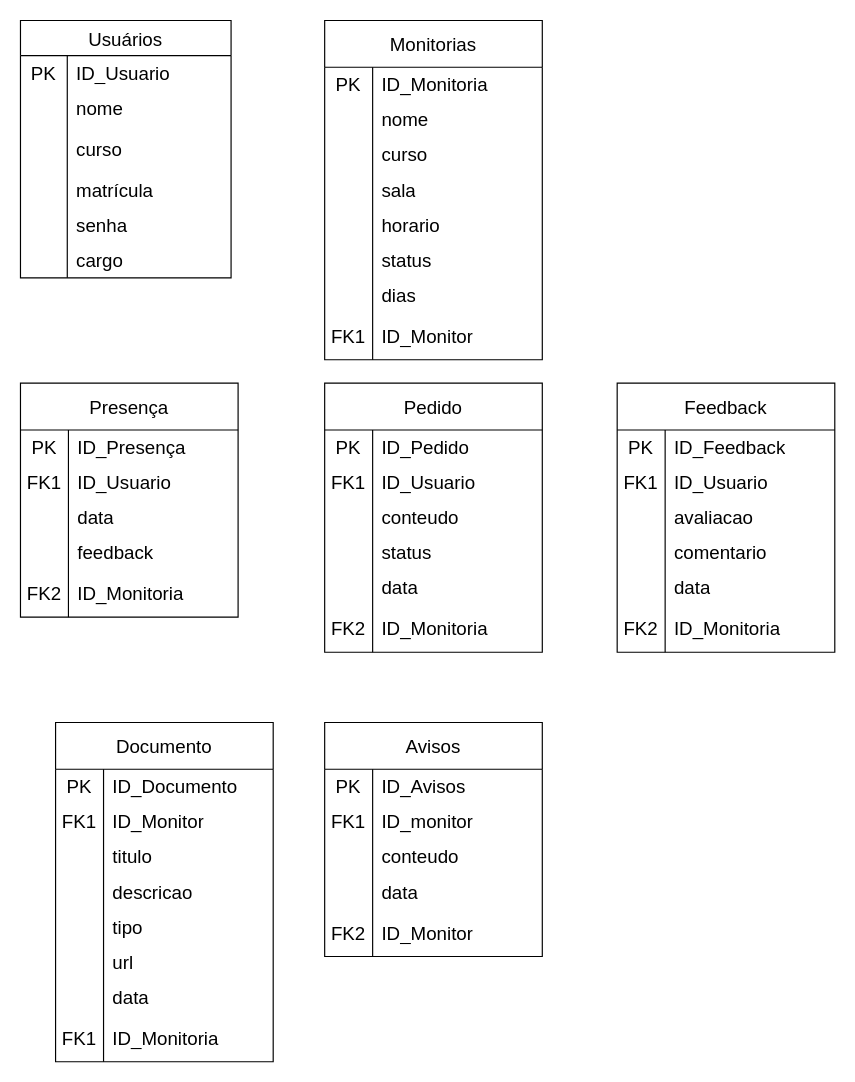
This is Monitorrei.drawio from Arthurbart/MoniTorrei, a draw.io file, before an edit. Source tidied: cells renumbered, new cells numbered last; positions are measured from the earlier drawing's top-left corner, leaving out a move shared by most shapes. Both pictures are drawn from the tidied source at 117%, with x=0, y=0 at pixel (20, 20).
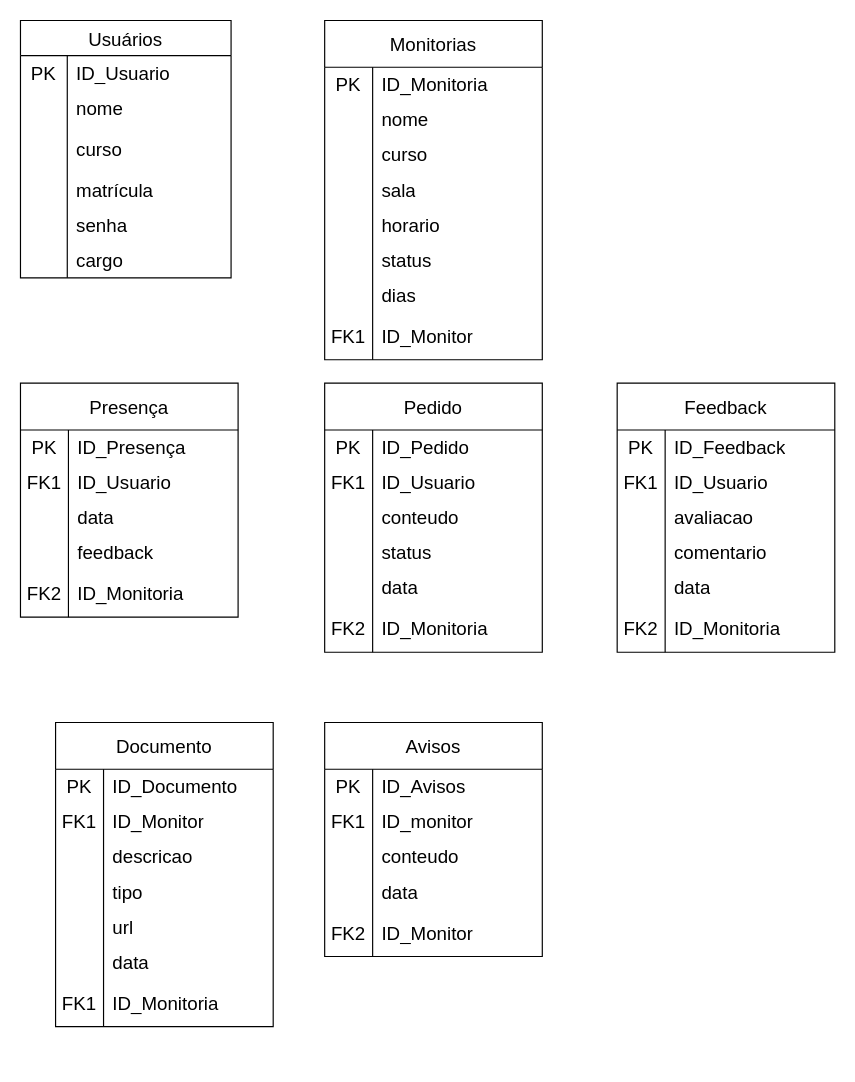
The same page after the edit.

Diff of the diagram source:
```diff
@@
     <mxCell id="46" value="Documento" style="shape=table;startSize=40;childLayout=tableLayout;rowLines=0;fontStyle=0;strokeColor=default;fontSize=16;" parent="1" vertex="1">
-      <mxGeometry x="30" y="600" width="186" height="290" as="geometry" />
+      <mxGeometry x="30" y="600" width="186" height="260" as="geometry" />
     </mxCell>
@@
-    <mxCell id="53" style="shape=tableRow;horizontal=0;startSize=0;swimlaneHead=0;swimlaneBody=0;top=0;left=0;bottom=0;right=0;fillColor=none;strokeColor=inherit;fontSize=16;" parent="46" vertex="1">
-      <mxGeometry y="100" width="186" height="30" as="geometry" />
-    </mxCell>
-    <mxCell id="54" style="shape=partialRectangle;html=1;whiteSpace=wrap;fillColor=none;top=0;left=0;bottom=0;right=0;overflow=hidden;strokeColor=inherit;fontSize=16;" parent="53" vertex="1">
-      <mxGeometry width="41" height="30" as="geometry" />
-    </mxCell>
-    <mxCell id="55" value="titulo" style="shape=partialRectangle;html=1;whiteSpace=wrap;fillColor=none;top=0;left=0;bottom=0;right=0;align=left;spacingLeft=6;overflow=hidden;strokeColor=inherit;fontSize=16;" parent="53" vertex="1">
-      <mxGeometry x="41" width="145" height="30" as="geometry" />
-    </mxCell>
     <mxCell id="56" style="shape=tableRow;horizontal=0;startSize=0;swimlaneHead=0;swimlaneBody=0;top=0;left=0;bottom=0;right=0;fillColor=none;strokeColor=inherit;fontSize=16;" parent="46" vertex="1">
-      <mxGeometry y="130" width="186" height="30" as="geometry" />
+      <mxGeometry y="100" width="186" height="30" as="geometry" />
     </mxCell>
@@
     <mxCell id="59" style="shape=tableRow;horizontal=0;startSize=0;swimlaneHead=0;swimlaneBody=0;top=0;left=0;bottom=0;right=0;fillColor=none;strokeColor=inherit;fontSize=16;" parent="46" vertex="1">
-      <mxGeometry y="160" width="186" height="30" as="geometry" />
+      <mxGeometry y="130" width="186" height="30" as="geometry" />
     </mxCell>
@@
     <mxCell id="62" style="shape=tableRow;horizontal=0;startSize=0;swimlaneHead=0;swimlaneBody=0;top=0;left=0;bottom=0;right=0;fillColor=none;strokeColor=inherit;fontSize=16;" parent="46" vertex="1">
-      <mxGeometry y="190" width="186" height="30" as="geometry" />
+      <mxGeometry y="160" width="186" height="30" as="geometry" />
     </mxCell>
@@
     <mxCell id="65" style="shape=tableRow;horizontal=0;startSize=0;swimlaneHead=0;swimlaneBody=0;top=0;left=0;bottom=0;right=0;fillColor=none;strokeColor=inherit;fontSize=16;" parent="46" vertex="1">
-      <mxGeometry y="220" width="186" height="30" as="geometry" />
+      <mxGeometry y="190" width="186" height="30" as="geometry" />
     </mxCell>
@@
     <mxCell id="68" style="shape=tableRow;horizontal=0;startSize=0;swimlaneHead=0;swimlaneBody=0;top=0;left=0;bottom=0;right=0;fillColor=none;strokeColor=inherit;fontSize=16;" parent="46" vertex="1">
-      <mxGeometry y="250" width="186" height="40" as="geometry" />
+      <mxGeometry y="220" width="186" height="40" as="geometry" />
     </mxCell>
```
